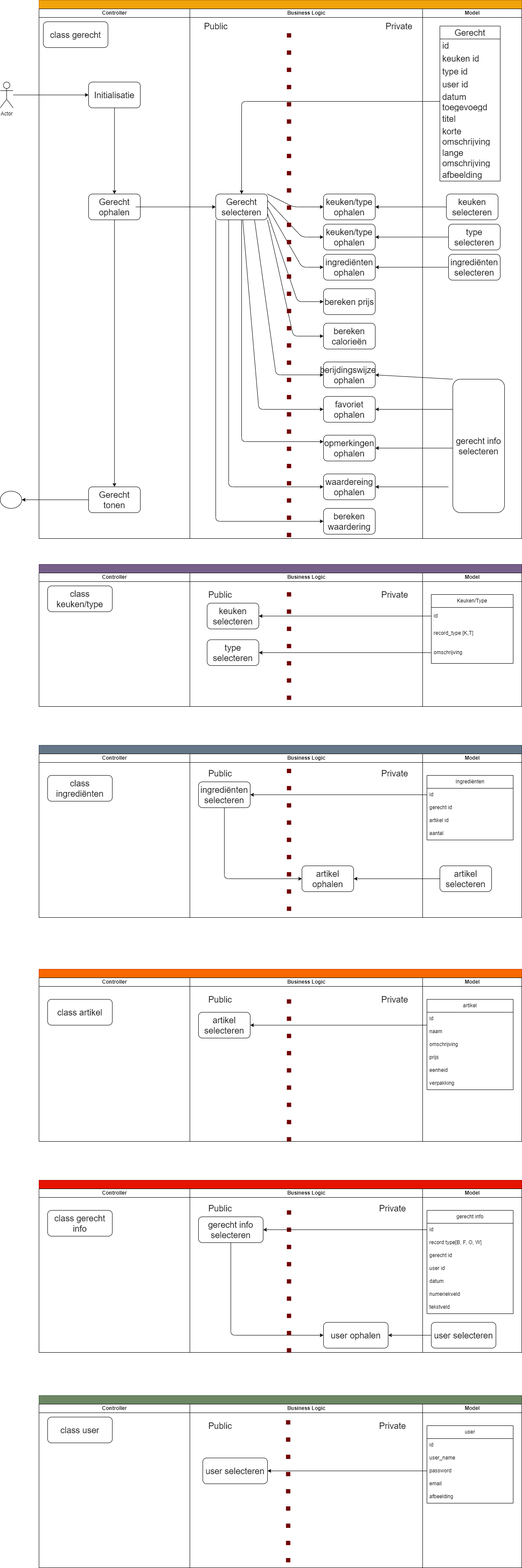
The draw.io diagram documents/design/VER-ASD-Uitgewerkt-model-AS-v3.drawio.png in AaronSaya/educom-verrukkulluk-1687354574, before a commit. Source tidied: cells renumbered, new cells last; positions are measured from the earlier drawing's top-left corner, leaving out a move shared by most shapes.
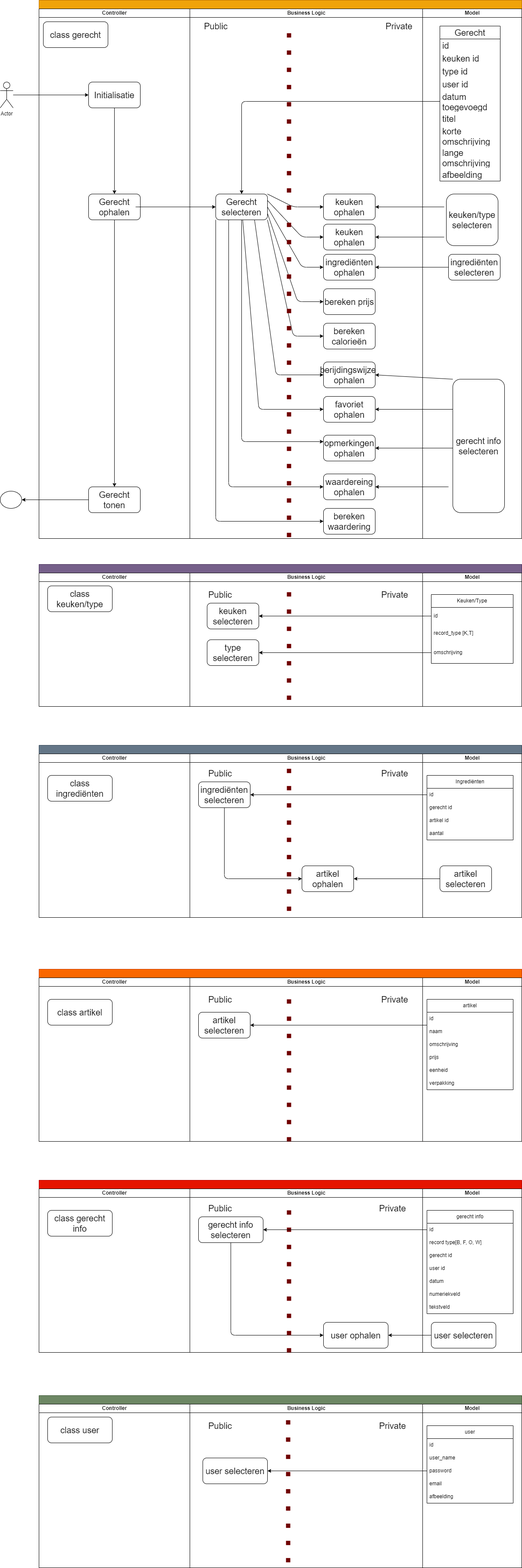
The same diagram one commit later.

The edit, as a diff of the source:
```diff
@@ -102,7 +102,7 @@
     <mxCell id="21" value="Gerecht selecteren" style="rounded=1;whiteSpace=wrap;html=1;fontSize=20;" parent="10" vertex="1">
       <mxGeometry x="60" y="430" width="120" height="60" as="geometry" />
     </mxCell>
-    <mxCell id="22" value="keuken/type ophalen" style="rounded=1;whiteSpace=wrap;html=1;fontSize=20;" parent="10" vertex="1">
+    <mxCell id="22" value="keuken ophalen" style="rounded=1;whiteSpace=wrap;html=1;fontSize=20;" parent="10" vertex="1">
       <mxGeometry x="310" y="430" width="120" height="60" as="geometry" />
     </mxCell>
     <mxCell id="23" value="ingrediënten ophalen" style="rounded=1;whiteSpace=wrap;html=1;fontSize=20;" parent="10" vertex="1">
@@ -117,7 +117,7 @@
     <mxCell id="26" value="berijdingswijze&amp;nbsp; ophalen" style="rounded=1;whiteSpace=wrap;html=1;fontSize=20;" parent="10" vertex="1">
       <mxGeometry x="310" y="820" width="120" height="60" as="geometry" />
     </mxCell>
-    <mxCell id="27" value="keuken/type ophalen" style="rounded=1;whiteSpace=wrap;html=1;fontSize=20;" parent="10" vertex="1">
+    <mxCell id="27" value="keuken ophalen" style="rounded=1;whiteSpace=wrap;html=1;fontSize=20;" parent="10" vertex="1">
       <mxGeometry x="310" y="500" width="120" height="60" as="geometry" />
     </mxCell>
     <mxCell id="28" value="favoriet ophalen" style="rounded=1;whiteSpace=wrap;html=1;fontSize=20;" parent="10" vertex="1">
@@ -168,8 +168,8 @@
     <mxCell id="43" value="afbeelding" style="text;strokeColor=none;fillColor=none;align=left;verticalAlign=middle;spacingLeft=4;spacingRight=4;overflow=hidden;whiteSpace=wrap;html=1;fontSize=20;" parent="34" vertex="1">
       <mxGeometry y="330" width="140" height="30" as="geometry" />
     </mxCell>
-    <mxCell id="44" value="keuken selecteren" style="rounded=1;whiteSpace=wrap;html=1;fontSize=20;" parent="33" vertex="1">
-      <mxGeometry x="55" y="430" width="120" height="60" as="geometry" />
+    <mxCell id="44" value="keuken/type selecteren" style="rounded=1;whiteSpace=wrap;html=1;fontSize=20;" parent="33" vertex="1">
+      <mxGeometry x="55" y="430" width="120" height="120" as="geometry" />
     </mxCell>
     <mxCell id="45" value="ingrediënten selecteren" style="rounded=1;whiteSpace=wrap;html=1;fontSize=20;" parent="33" vertex="1">
       <mxGeometry x="60" y="570" width="120" height="60" as="geometry" />
@@ -177,9 +177,6 @@
     <mxCell id="46" value="gerecht info selecteren" style="rounded=1;whiteSpace=wrap;html=1;fontSize=20;" parent="33" vertex="1">
       <mxGeometry x="70" y="860" width="120" height="310" as="geometry" />
     </mxCell>
-    <mxCell id="47" value="type selecteren" style="rounded=1;whiteSpace=wrap;html=1;fontSize=20;" parent="33" vertex="1">
-      <mxGeometry x="60" y="500" width="120" height="60" as="geometry" />
-    </mxCell>
     <mxCell id="48" style="edgeStyle=none;html=1;entryX=0;entryY=0.5;entryDx=0;entryDy=0;fontSize=20;" parent="2" edge="1" source="5" target="21">
       <mxGeometry relative="1" as="geometry">
         <Array as="points">
@@ -194,15 +191,14 @@
         </Array>
       </mxGeometry>
     </mxCell>
-    <mxCell id="50" style="edgeStyle=none;html=1;entryX=1;entryY=0.5;entryDx=0;entryDy=0;fontSize=20;" parent="2" edge="1" source="44" target="22">
-      <mxGeometry relative="1" as="geometry" />
+    <mxCell id="50" style="edgeStyle=none;html=1;entryX=1;entryY=0.5;entryDx=0;entryDy=0;fontSize=20;" parent="2" edge="1" target="22">
+      <mxGeometry relative="1" as="geometry">
+        <mxPoint x="940" y="480" as="sourcePoint" />
+      </mxGeometry>
     </mxCell>
     <mxCell id="51" style="edgeStyle=none;html=1;entryX=1;entryY=0.5;entryDx=0;entryDy=0;fontSize=20;" parent="2" edge="1" source="45" target="23">
       <mxGeometry relative="1" as="geometry" />
     </mxCell>
-    <mxCell id="52" style="edgeStyle=none;html=1;exitX=0;exitY=0.5;exitDx=0;exitDy=0;entryX=1;entryY=0.5;entryDx=0;entryDy=0;fontSize=20;" parent="2" edge="1" source="47" target="27">
-      <mxGeometry relative="1" as="geometry" />
-    </mxCell>
     <mxCell id="53" style="edgeStyle=none;html=1;entryX=1;entryY=0.5;entryDx=0;entryDy=0;" parent="2" edge="1" target="28">
       <mxGeometry relative="1" as="geometry">
         <mxPoint x="960" y="950" as="sourcePoint" />
@@ -221,6 +217,11 @@
     <mxCell id="56" style="edgeStyle=none;html=1;exitX=0;exitY=0;exitDx=0;exitDy=0;entryX=1;entryY=0.5;entryDx=0;entryDy=0;" parent="2" edge="1" source="46" target="26">
       <mxGeometry relative="1" as="geometry" />
     </mxCell>
+    <mxCell id="153" style="edgeStyle=none;html=1;entryX=1;entryY=0.5;entryDx=0;entryDy=0;" parent="2" edge="1" target="27">
+      <mxGeometry relative="1" as="geometry">
+        <mxPoint x="940" y="550" as="sourcePoint" />
+      </mxGeometry>
+    </mxCell>
     <mxCell id="57" style="edgeStyle=none;html=1;entryX=0;entryY=0.5;entryDx=0;entryDy=0;fontSize=20;" parent="1" edge="1" source="58" target="8">
       <mxGeometry relative="1" as="geometry" />
     </mxCell>
```
